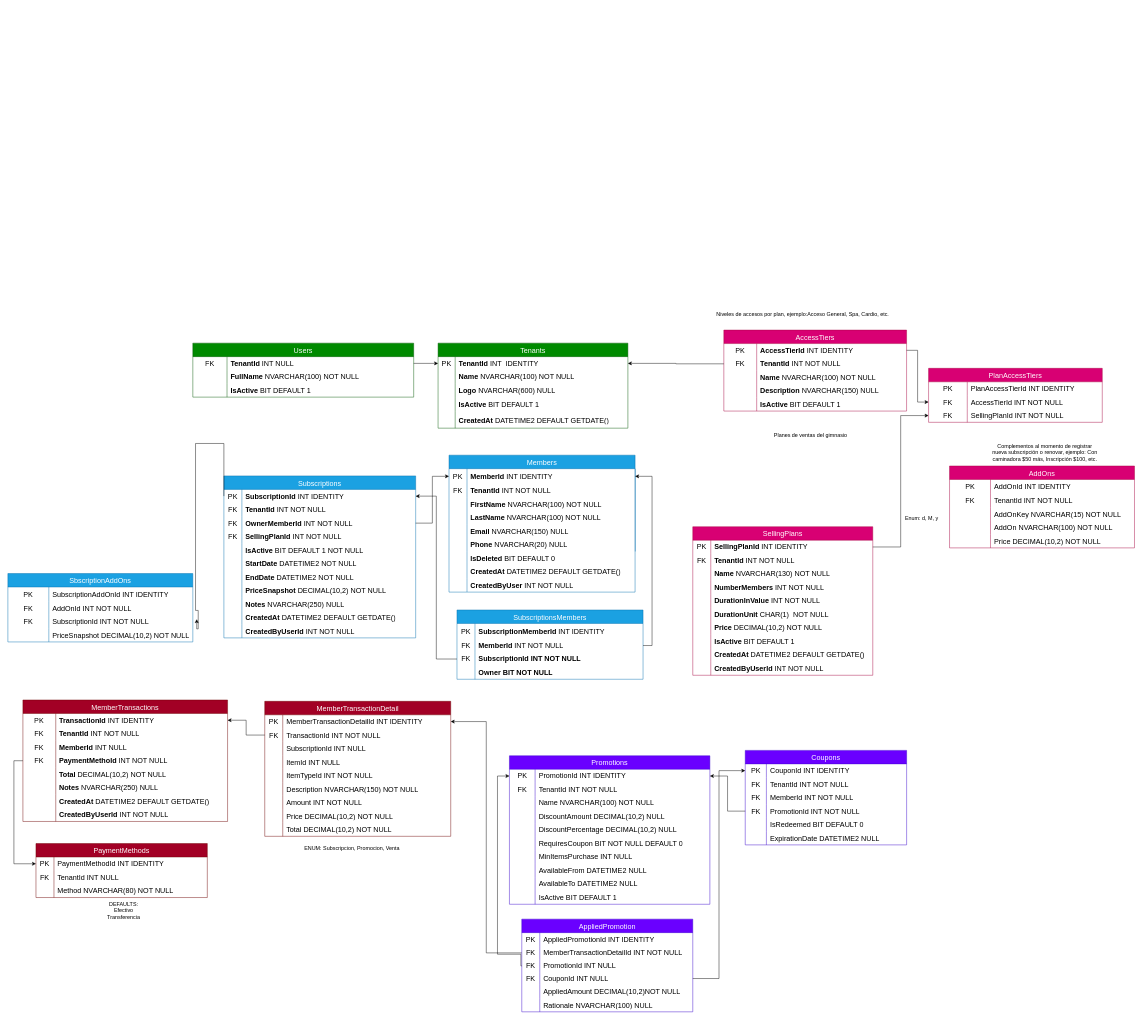
Before: docs/AcxessDataBaseDiagram.drawio in Maumedev/Acxess, a draw.io diagram. Source tidied: cells renumbered, new cells numbered last; positions are measured from the earlier drawing's top-left corner, leaving out a move shared by most shapes. Both pictures are drawn from the tidied source at 45%, with x=0, y=0 at pixel (8, 307).
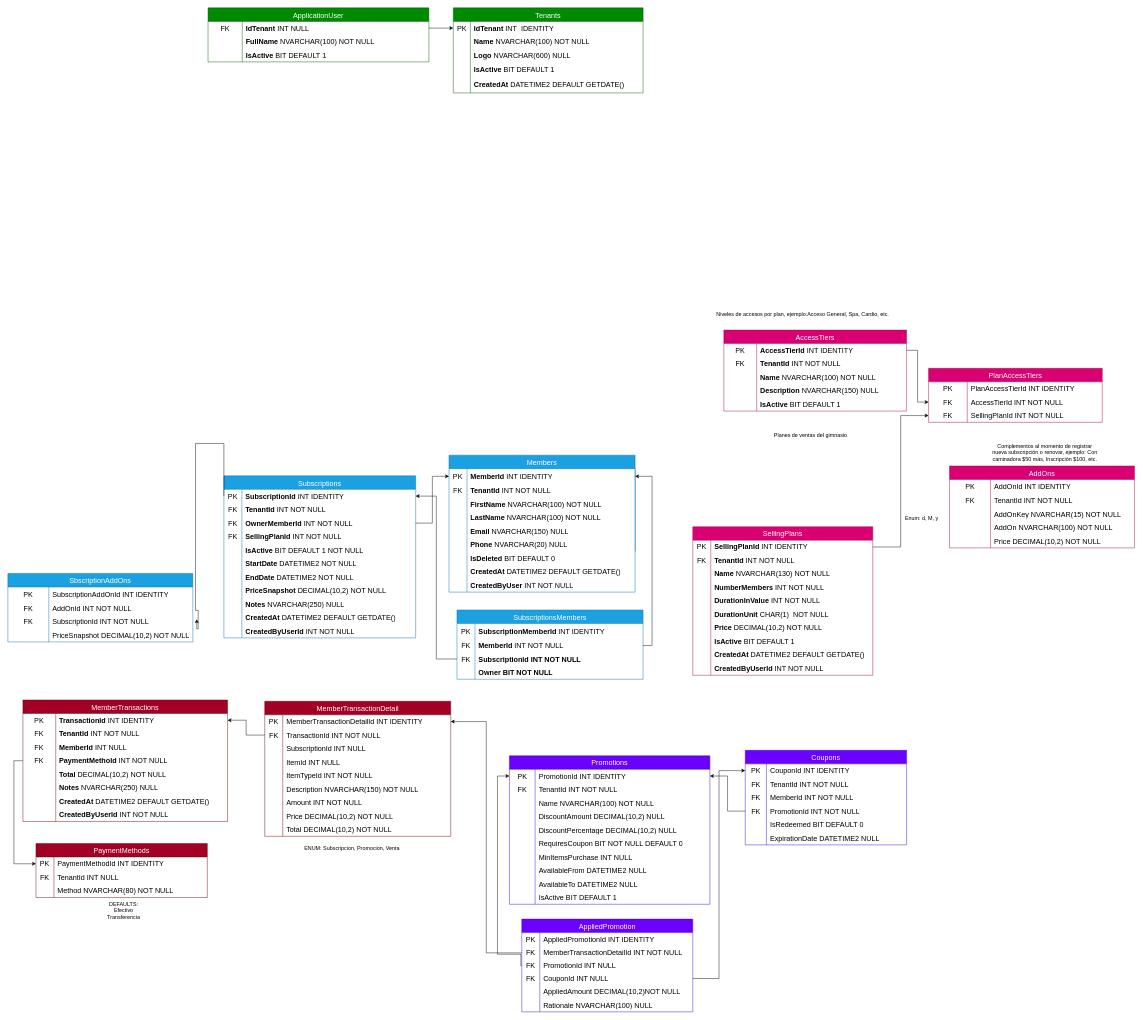
After the change.

Commit message (it also covers changes not shown here):
refact(Identity): convención de Ids, user system password como environment

The change refers to these unchanged cells:
```xml
<mxCell id="3" style="shape=tableRow;horizontal=0;startSize=0;swimlaneHead=0;swimlaneBody=0;top=0;left=0;bottom=0;right=0;fillColor=none;points=[[0,0.5],[1,0.5]];portConstraint=eastwest;strokeColor=inherit;fontSize=16;" parent="2" vertex="1">
  <mxGeometry y="30" width="421.8" height="30" as="geometry" />
</mxCell>
<mxCell id="19" style="shape=tableRow;horizontal=0;startSize=0;swimlaneHead=0;swimlaneBody=0;top=0;left=0;bottom=0;right=0;fillColor=none;points=[[0,0.5],[1,0.5]];portConstraint=eastwest;strokeColor=inherit;fontSize=16;" parent="18" vertex="1">
  <mxGeometry y="30" width="490.8" height="30" as="geometry" />
</mxCell>
<mxCell id="32" style="shape=tableRow;horizontal=0;startSize=0;swimlaneHead=0;swimlaneBody=0;top=0;left=0;bottom=0;right=0;fillColor=none;points=[[0,0.5],[1,0.5]];portConstraint=eastwest;strokeColor=inherit;fontSize=16;" parent="28" vertex="1">
  <mxGeometry y="60" width="406.1" height="30" as="geometry" />
</mxCell>
```

Diff of the diagram source:
```diff
@@
     <mxCell id="2" value="Tenants" style="shape=table;startSize=30;childLayout=tableLayout;rowLines=0;fontStyle=0;fontSize=16;fillColor=#008a00;strokeColor=#005700;fontColor=#ffffff;" parent="1" vertex="1">
-      <mxGeometry x="956" y="79" width="421.8" height="189" as="geometry" />
+      <mxGeometry x="989.8" y="-666" width="421.8" height="189" as="geometry" />
     </mxCell>
@@
-    <mxCell id="5" value="&lt;font&gt;&lt;b&gt;TenantId &lt;/b&gt;INT&amp;nbsp; IDENTITY&lt;/font&gt;" style="shape=partialRectangle;html=1;whiteSpace=wrap;fillColor=none;top=0;left=0;bottom=0;right=0;align=left;spacingLeft=6;overflow=hidden;strokeColor=inherit;fontSize=16;" parent="3" vertex="1">
+    <mxCell id="5" value="&lt;font&gt;&lt;b&gt;IdTenant&amp;nbsp;&lt;/b&gt;INT&amp;nbsp; IDENTITY&lt;/font&gt;" style="shape=partialRectangle;html=1;whiteSpace=wrap;fillColor=none;top=0;left=0;bottom=0;right=0;align=left;spacingLeft=6;overflow=hidden;strokeColor=inherit;fontSize=16;" parent="3" vertex="1">
       <mxGeometry x="38" width="384" height="30" as="geometry" />
     </mxCell>
@@
-    <mxCell id="18" value="Users" style="shape=table;startSize=30;childLayout=tableLayout;rowLines=0;fontStyle=0;strokeColor=#005700;fontSize=16;fillColor=#008a00;fontColor=#ffffff;" parent="1" vertex="1">
-      <mxGeometry x="411" y="79" width="490.8" height="120" as="geometry" />
+    <mxCell id="18" value="ApplicationUser" style="shape=table;startSize=30;childLayout=tableLayout;rowLines=0;fontStyle=0;strokeColor=#005700;fontSize=16;fillColor=#008a00;fontColor=#ffffff;" parent="1" vertex="1">
+      <mxGeometry x="444.8" y="-666" width="490.8" height="120" as="geometry" />
     </mxCell>
@@
-    <mxCell id="21" value="&lt;font&gt;&lt;b&gt;TenantId &lt;/b&gt;INT NULL&lt;/font&gt;" style="shape=partialRectangle;html=1;whiteSpace=wrap;fillColor=none;top=0;left=0;bottom=0;right=0;align=left;spacingLeft=6;overflow=hidden;strokeColor=inherit;fontSize=16;" parent="19" vertex="1">
+    <mxCell id="21" value="&lt;font&gt;&lt;b&gt;IdTenant&amp;nbsp;&lt;/b&gt;INT NULL&lt;/font&gt;" style="shape=partialRectangle;html=1;whiteSpace=wrap;fillColor=none;top=0;left=0;bottom=0;right=0;align=left;spacingLeft=6;overflow=hidden;strokeColor=inherit;fontSize=16;" parent="19" vertex="1">
       <mxGeometry x="76" width="415" height="30" as="geometry" />
     </mxCell>
@@
-    <mxCell id="164" style="edgeStyle=orthogonalEdgeStyle;rounded=0;jettySize=auto;html=1;exitX=0;exitY=0.5;exitDx=0;exitDy=0;entryX=1;entryY=0.5;entryDx=0;entryDy=0;" parent="1" edge="1" source="32" target="3">
-      <mxGeometry relative="1" as="geometry" />
-    </mxCell>
```
